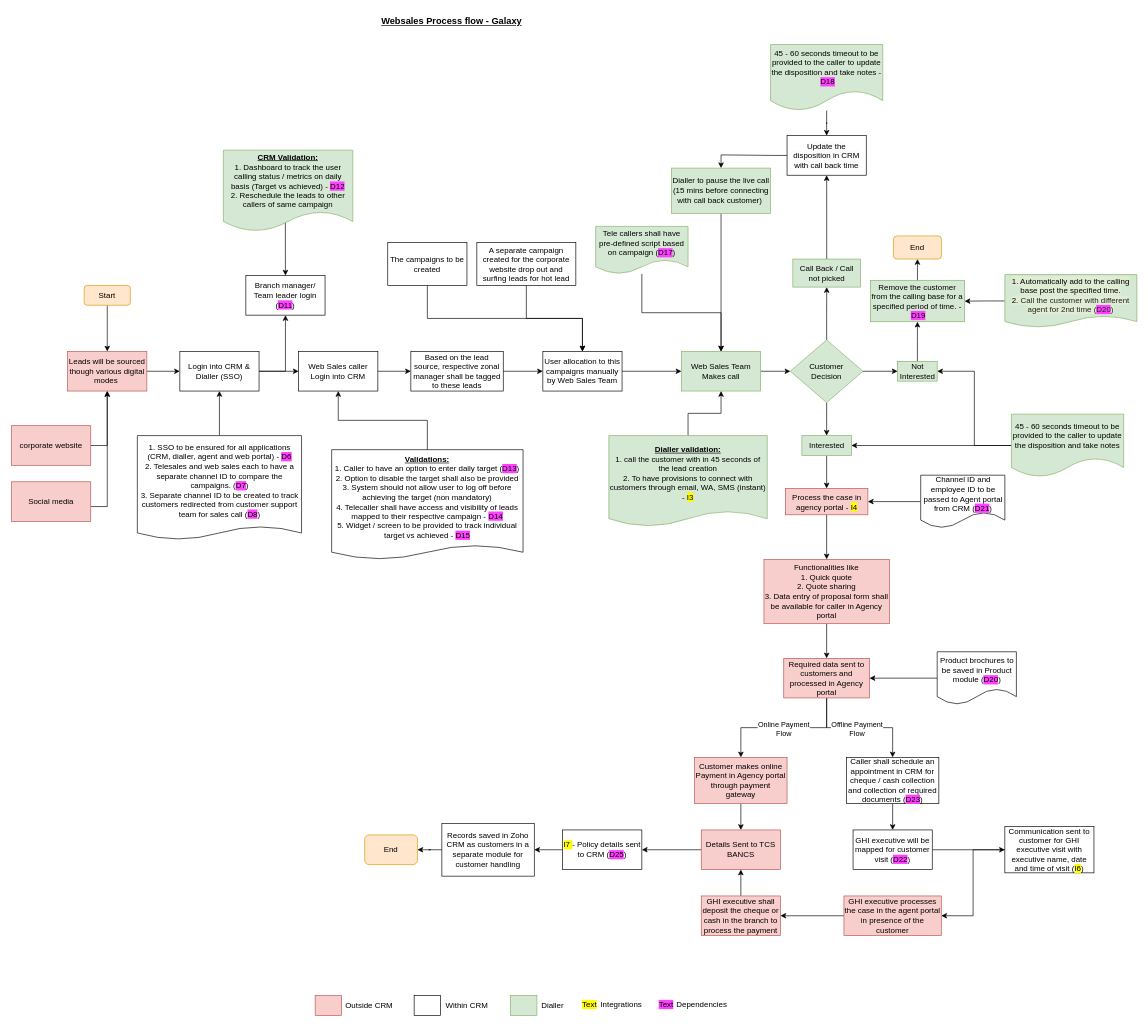
Above: WebSales.drawio in shaileshsreedar/Galaxy (draw.io), before the change. Source tidied: cells renumbered, new cells numbered last; positions are measured from the earlier drawing's top-left corner, leaving out a move shared by most shapes. Both pictures are drawn from the tidied source at 66%, with x=0, y=0 at pixel (11, 11).
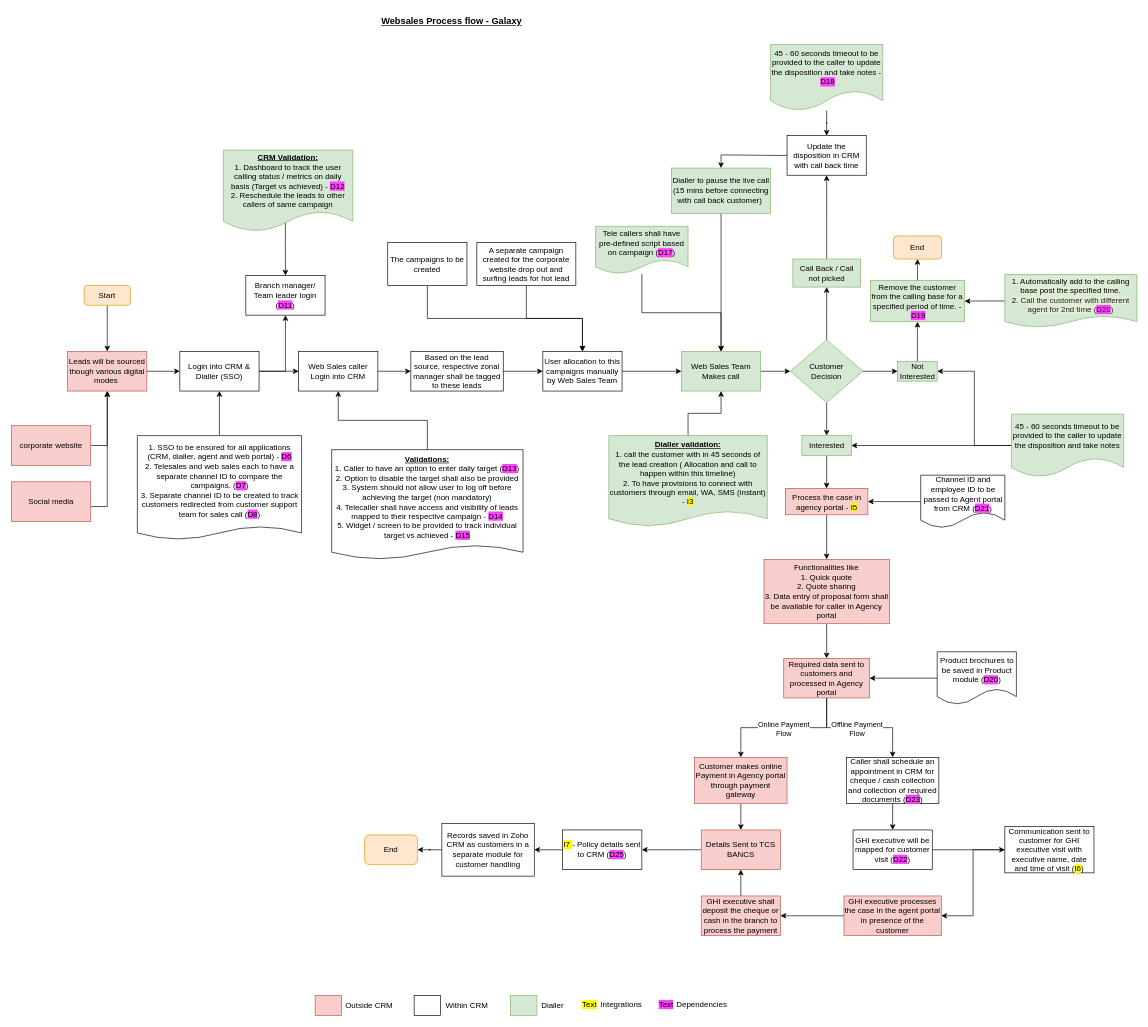
After the change.

What changed in the source:
```diff
@@
-    <mxCell id="33" value="&lt;u&gt;&lt;b&gt;Dialler validation:&lt;/b&gt;&lt;/u&gt;&lt;div&gt;1. call the customer with in 45 seconds of the lead creation&lt;/div&gt;&lt;div&gt;&lt;div&gt;2. To have provisions to connect with customers through email, WA, SMS (instant) -&amp;nbsp;&lt;span style=&quot;background-color: rgb(255, 251, 0);&quot;&gt;I3&lt;/span&gt;&lt;/div&gt;&lt;/div&gt;" style="shape=document;whiteSpace=wrap;html=1;boundedLbl=1;fillColor=#d5e8d4;strokeColor=#82b366;size=0.16901408450704225;" parent="1" vertex="1">
+    <mxCell id="33" value="&lt;u&gt;&lt;b&gt;Dialler validation:&lt;/b&gt;&lt;/u&gt;&lt;div&gt;1. call the customer with in 45 seconds of the lead creation ( Allocation and call to happen within this timeline)&lt;/div&gt;&lt;div&gt;&lt;div&gt;2. To have provisions to connect with customers through email, WA, SMS (instant) -&amp;nbsp;&lt;span style=&quot;background-color: rgb(255, 251, 0);&quot;&gt;I3&lt;/span&gt;&lt;/div&gt;&lt;/div&gt;" style="shape=document;whiteSpace=wrap;html=1;boundedLbl=1;fillColor=#d5e8d4;strokeColor=#82b366;size=0.16901408450704225;" parent="1" vertex="1">
       <mxGeometry x="905" y="642.5" width="240" height="137.5" as="geometry" />
     </mxCell>
@@
-    <mxCell id="35" value="Process the case in agency portal -&amp;nbsp;&lt;span style=&quot;background-color: rgb(255, 251, 0);&quot;&gt;I4&lt;/span&gt;" style="whiteSpace=wrap;html=1;fillColor=#f8cecc;strokeColor=#b85450;" parent="1" vertex="1">
+    <mxCell id="35" value="Process the case in agency portal -&amp;nbsp;&lt;span style=&quot;background-color: rgb(255, 251, 0);&quot;&gt;I5&lt;/span&gt;" style="whiteSpace=wrap;html=1;fillColor=#f8cecc;strokeColor=#b85450;" parent="1" vertex="1">
       <mxGeometry x="1172.5" y="722.5" width="125" height="40" as="geometry" />
     </mxCell>
```
